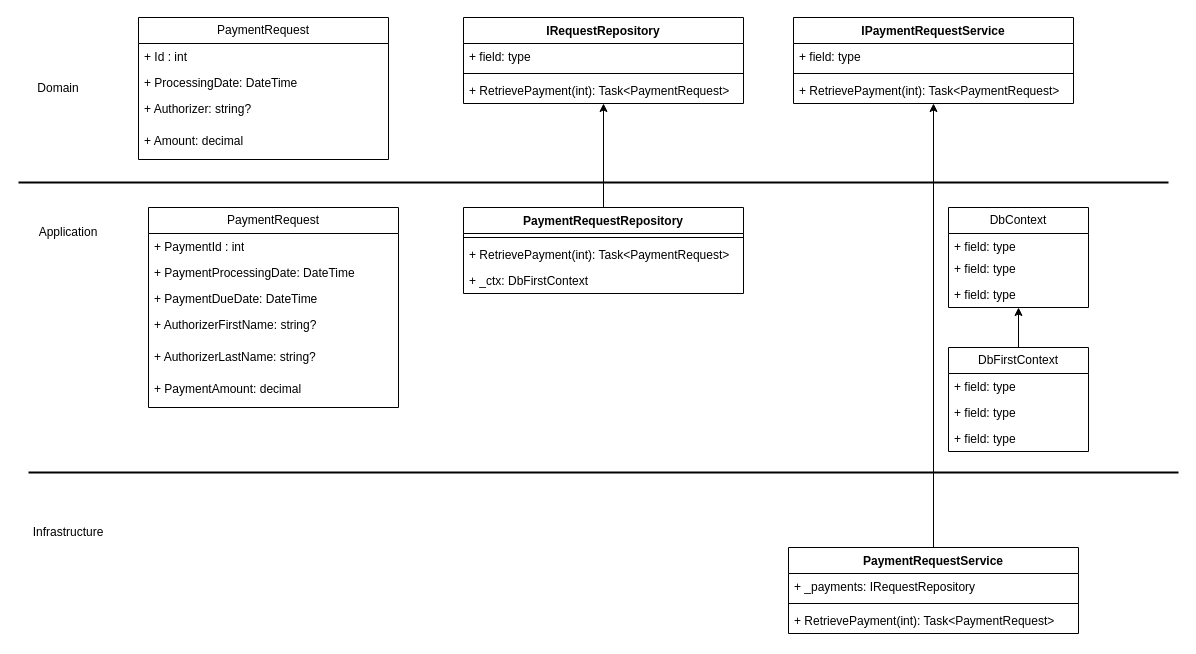
kalidoss86/drawio keeps this draw.io diagram as PaymentRequest.drawio. Above is the earlier version. Source tidied: cells renumbered, new cells numbered last; positions are measured from the earlier drawing's top-left corner, leaving out a move shared by most shapes. Both pictures are drawn from the tidied source at 100%, with x=0, y=0 at pixel (18, 17).
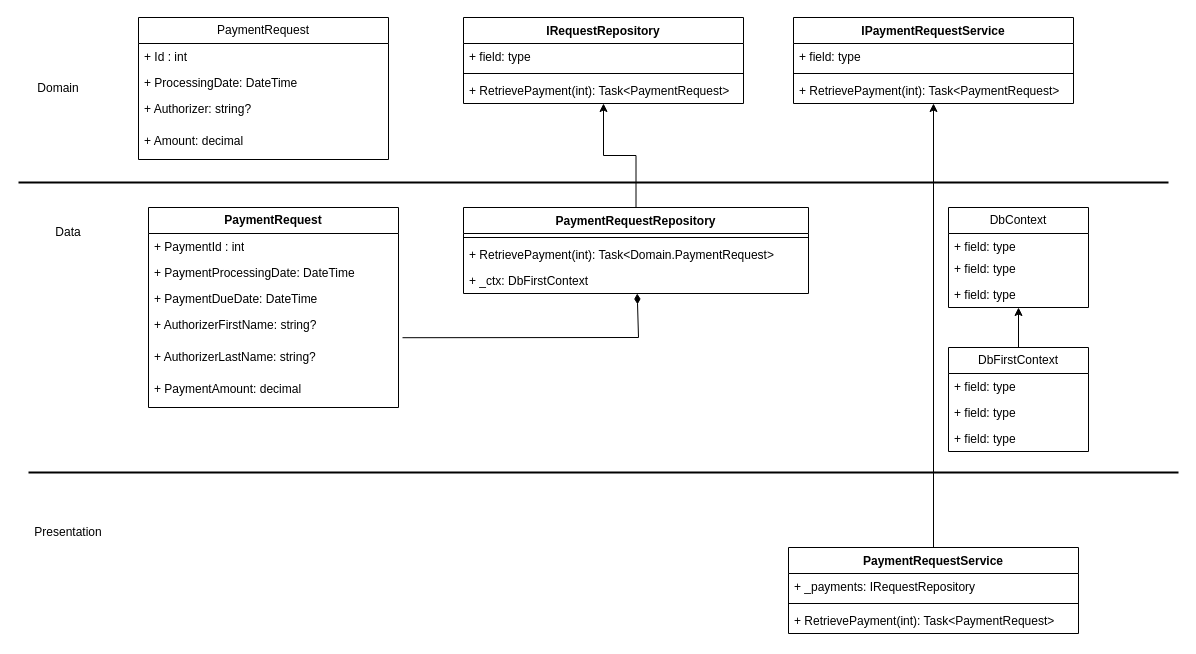
Above is the later version.

The change refers to these unchanged cells:
```xml
<mxCell id="20" value="+ AuthorizerFirstName: string?" style="text;strokeColor=none;fillColor=none;align=left;verticalAlign=top;spacingLeft=4;spacingRight=4;overflow=hidden;points=[[0,0.5],[1,0.5]];portConstraint=eastwest;whiteSpace=wrap;html=1;" parent="16" vertex="1">
  <mxGeometry y="104" width="250" height="32" as="geometry" />
</mxCell>
```

Diff of the diagram source:
```diff
@@
-    <mxCell id="16" value="PaymentRequest" style="swimlane;fontStyle=0;horizontal=1;startSize=26;fillColor=none;whiteSpace=wrap;html=1;" parent="1" vertex="1">
+    <mxCell id="16" value="&lt;b&gt;PaymentRequest&lt;/b&gt;" style="swimlane;fontStyle=0;horizontal=1;startSize=26;fillColor=none;whiteSpace=wrap;html=1;" parent="1" vertex="1">
       <mxGeometry x="130" y="190" width="250" height="200" as="geometry" />
     </mxCell>
@@
     <mxCell id="28" value="PaymentRequestRepository" style="swimlane;fontStyle=1;align=center;verticalAlign=top;horizontal=1;startSize=26;whiteSpace=wrap;html=1;" parent="1" vertex="1">
-      <mxGeometry x="445" y="190" width="280" height="86" as="geometry" />
+      <mxGeometry x="445" y="190" width="345" height="86" as="geometry" />
     </mxCell>
     <mxCell id="29" style="line;strokeWidth=1;fillColor=none;align=left;verticalAlign=middle;spacingTop=-1;spacingLeft=3;spacingRight=3;labelPosition=right;strokeColor=inherit;" parent="28" vertex="1">
-      <mxGeometry y="26" width="280" height="8" as="geometry" />
+      <mxGeometry y="26" width="345" height="8" as="geometry" />
     </mxCell>
-    <mxCell id="30" value="+ RetrievePayment(int): Task&amp;lt;PaymentRequest&amp;gt;" style="text;strokeColor=none;fillColor=none;align=left;verticalAlign=top;spacingLeft=4;spacingRight=4;overflow=hidden;whiteSpace=wrap;html=1;" parent="28" vertex="1">
-      <mxGeometry y="34" width="280" height="26" as="geometry" />
+    <mxCell id="30" value="+ RetrievePayment(int): Task&amp;lt;Domain.PaymentRequest&amp;gt;" style="text;strokeColor=none;fillColor=none;align=left;verticalAlign=top;spacingLeft=4;spacingRight=4;overflow=hidden;whiteSpace=wrap;html=1;" parent="28" vertex="1">
+      <mxGeometry y="34" width="345" height="26" as="geometry" />
     </mxCell>
     <mxCell id="31" value="+ _ctx: DbFirstContext" style="text;strokeColor=none;fillColor=none;align=left;verticalAlign=top;spacingLeft=4;spacingRight=4;overflow=hidden;whiteSpace=wrap;html=1;" parent="28" vertex="1">
-      <mxGeometry y="60" width="280" height="26" as="geometry" />
+      <mxGeometry y="60" width="345" height="26" as="geometry" />
     </mxCell>
@@
-    <mxCell id="42" value="Application" style="text;html=1;strokeColor=none;fillColor=none;align=center;verticalAlign=middle;whiteSpace=wrap;rounded=0;" parent="1" vertex="1">
+    <mxCell id="42" value="Data" style="text;html=1;strokeColor=none;fillColor=none;align=center;verticalAlign=middle;whiteSpace=wrap;rounded=0;" parent="1" vertex="1">
       <mxGeometry x="20" y="190" width="60" height="50" as="geometry" />
     </mxCell>
-    <mxCell id="43" value="Infrastructure" style="text;html=1;strokeColor=none;fillColor=none;align=center;verticalAlign=middle;whiteSpace=wrap;rounded=0;" parent="1" vertex="1">
+    <mxCell id="43" value="Presentation" style="text;html=1;strokeColor=none;fillColor=none;align=center;verticalAlign=middle;whiteSpace=wrap;rounded=0;" parent="1" vertex="1">
       <mxGeometry x="20" y="490" width="60" height="50" as="geometry" />
     </mxCell>
@@
+    <mxCell id="46" style="endArrow=none;startArrow=diamondThin;endFill=0;startFill=1;html=1;verticalAlign=bottom;labelBackgroundColor=none;strokeWidth=1;startSize=8;endSize=8;rounded=0;entryX=1.016;entryY=0.819;entryDx=0;entryDy=0;entryPerimeter=0;" parent="1" edge="1" source="28" target="20">
+      <mxGeometry relative="1" as="geometry">
+        <Array as="points">
+          <mxPoint x="620" y="320" />
+        </Array>
+      </mxGeometry>
+    </mxCell>
```
